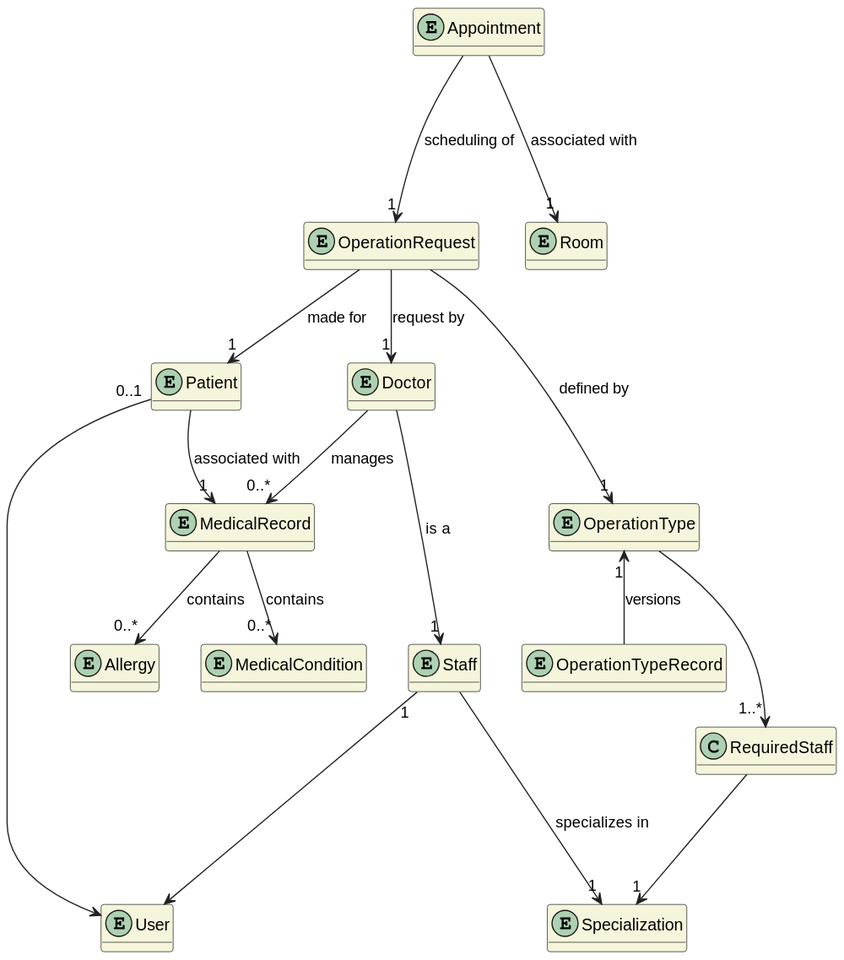
This is docs/sprint-3/team-decisions/domain-model/domain-model-simplification.svg from rita-barbosa/LAPR5-2425, a PlantUML export, as it was before one commit.
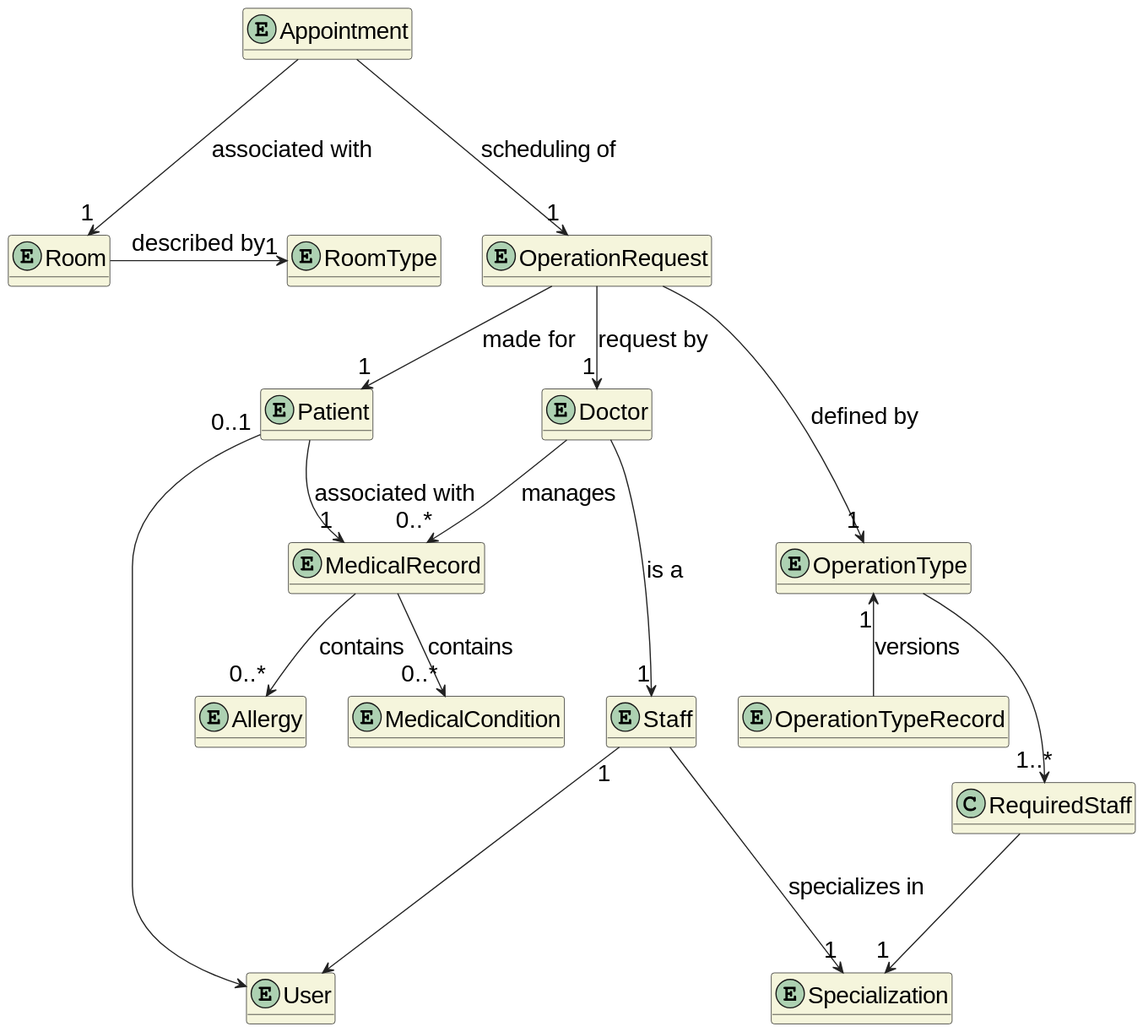
After the commit.

Commit message:
DG38-624 | docs: updates domain model.

Diff of the diagram source:
```diff
@@ -1,4 +1,6 @@
 @startuml
+skinparamlocked defaultFontSize 20
+
 skinparam classAttributeIconSize 0
 hide empty attributes
 skinparam classBackgroundColor beige
@@ -14,6 +16,7 @@
 entity OperationType  {}
 entity OperationTypeRecord  {}
 entity Room {}
+entity RoomType {}
 entity Specialization {}
 entity Allergy {}
 entity MedicalCondition {}
@@ -36,4 +39,5 @@
 MedicalRecord --> "0..*" MedicalCondition : contains
 MedicalRecord --> "0..*" Allergy : contains
 Doctor --> "0..*" MedicalRecord : manages
+Room -> "1" RoomType : described by
 @enduml
```
